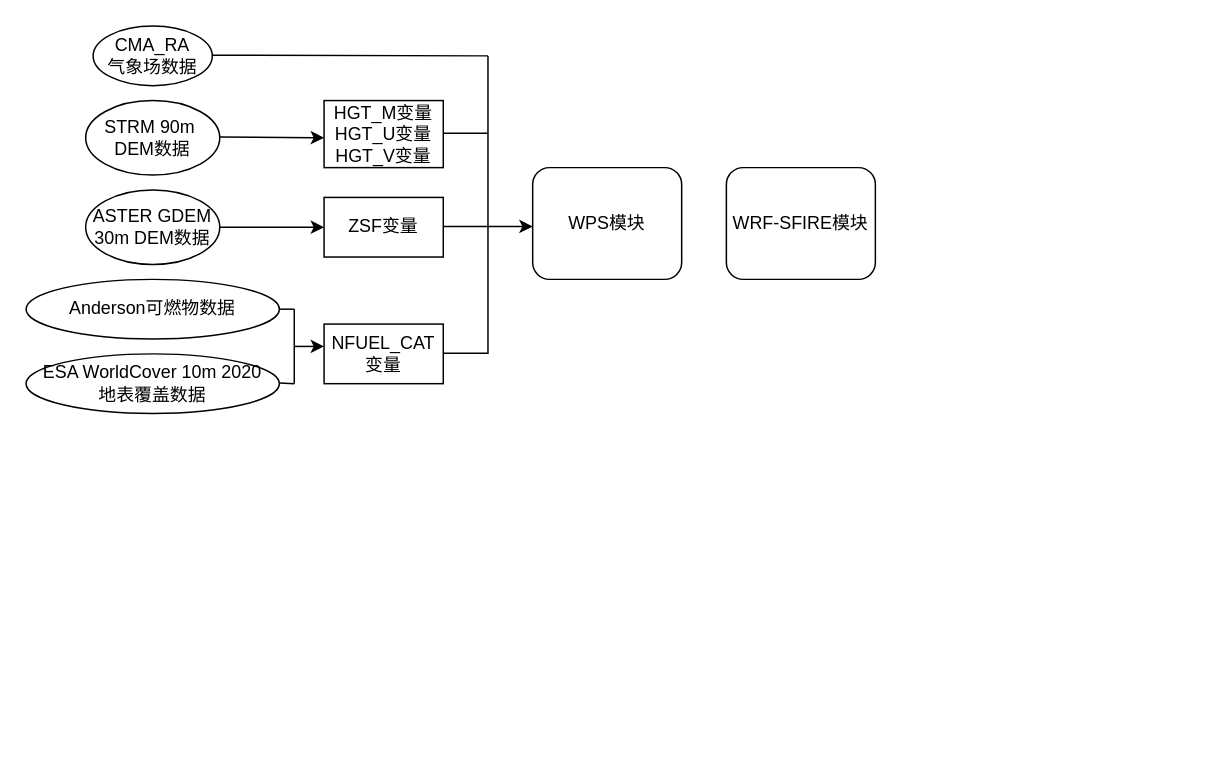
This is 第三章技术路线图.drawio from gaohuanxin/WRF-SFIRE, a draw.io file, before an edit. Source tidied: cells renumbered, new cells numbered last; positions are measured from the earlier drawing's top-left corner, leaving out a move shared by most shapes. Both pictures are drawn from the tidied source at 149%, with x=0, y=0 at pixel (25, 25).
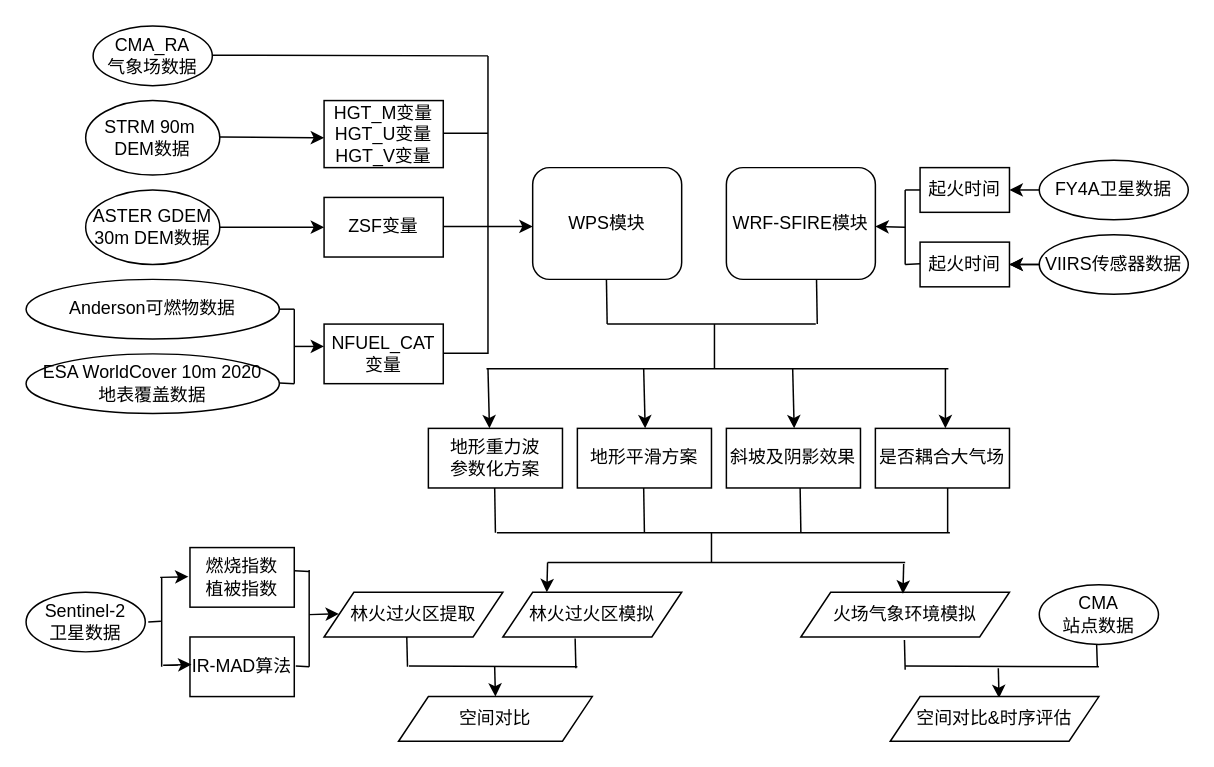
Above is the later version.

Commit message:
更新第三章技术路线图.drawio

What changed in the source:
```diff
@@
+    <mxCell id="24" value="起火时间" style="rounded=0;whiteSpace=wrap;html=1;" parent="1" vertex="1">
+      <mxGeometry x="600" y="95" width="60" height="30" as="geometry" />
+    </mxCell>
+    <mxCell id="25" value="起火时间" style="rounded=0;whiteSpace=wrap;html=1;" parent="1" vertex="1">
+      <mxGeometry x="600" y="145" width="60" height="30" as="geometry" />
+    </mxCell>
+    <mxCell id="26" value="FY4A卫星数据" style="ellipse;whiteSpace=wrap;html=1;" parent="1" vertex="1">
+      <mxGeometry x="680" y="90" width="100" height="40" as="geometry" />
+    </mxCell>
+    <mxCell id="27" style="edgeStyle=orthogonalEdgeStyle;rounded=0;jettySize=auto;html=1;" parent="1" edge="1" source="28" target="25">
+      <mxGeometry relative="1" as="geometry" />
+    </mxCell>
+    <mxCell id="28" value="VIIRS传感器数据" style="ellipse;whiteSpace=wrap;html=1;" parent="1" vertex="1">
+      <mxGeometry x="680" y="140" width="100" height="40" as="geometry" />
+    </mxCell>
+    <mxCell id="29" style="endArrow=classic;html=1;rounded=0;" parent="1" edge="1">
+      <mxGeometry relative="1" as="geometry">
+        <mxPoint x="680" y="110" as="sourcePoint" />
+        <mxPoint x="660" y="110" as="targetPoint" />
+      </mxGeometry>
+    </mxCell>
+    <mxCell id="30" style="endArrow=classic;html=1;rounded=0;" parent="1" edge="1">
+      <mxGeometry relative="1" as="geometry">
+        <mxPoint x="680" y="160" as="sourcePoint" />
+        <mxPoint x="660" y="160" as="targetPoint" />
+      </mxGeometry>
+    </mxCell>
+    <mxCell id="31" style="endArrow=none;html=1;rounded=0;" parent="1" edge="1">
+      <mxGeometry relative="1" as="geometry">
+        <mxPoint x="590" y="110" as="sourcePoint" />
+        <mxPoint x="600" y="110" as="targetPoint" />
+      </mxGeometry>
+    </mxCell>
+    <mxCell id="32" style="endArrow=none;html=1;rounded=0;" parent="1" edge="1">
+      <mxGeometry relative="1" as="geometry">
+        <mxPoint x="590" y="160" as="sourcePoint" />
+        <mxPoint x="600" y="159.5" as="targetPoint" />
+      </mxGeometry>
+    </mxCell>
+    <mxCell id="33" style="endArrow=none;html=1;rounded=0;" parent="1" edge="1">
+      <mxGeometry relative="1" as="geometry">
+        <mxPoint x="590" y="160" as="sourcePoint" />
+        <mxPoint x="590" y="110" as="targetPoint" />
+      </mxGeometry>
+    </mxCell>
+    <mxCell id="34" style="endArrow=classic;html=1;rounded=0;" parent="1" edge="1">
+      <mxGeometry relative="1" as="geometry">
+        <mxPoint x="590" y="135" as="sourcePoint" />
+        <mxPoint x="570" y="134.5" as="targetPoint" />
+      </mxGeometry>
+    </mxCell>
+    <mxCell id="35" style="endArrow=none;html=1;rounded=0;" parent="1" edge="1">
+      <mxGeometry relative="1" as="geometry">
+        <mxPoint x="390" y="200" as="sourcePoint" />
+        <mxPoint x="389.5" y="170" as="targetPoint" />
+      </mxGeometry>
+    </mxCell>
+    <mxCell id="36" style="endArrow=none;html=1;rounded=0;" parent="1" edge="1">
+      <mxGeometry relative="1" as="geometry">
+        <mxPoint x="531" y="200" as="sourcePoint" />
+        <mxPoint x="530.5" y="170" as="targetPoint" />
+      </mxGeometry>
+    </mxCell>
+    <mxCell id="37" style="endArrow=none;html=1;rounded=0;" parent="1" edge="1">
+      <mxGeometry relative="1" as="geometry">
+        <mxPoint x="390" y="200" as="sourcePoint" />
+        <mxPoint x="530" y="200" as="targetPoint" />
+      </mxGeometry>
+    </mxCell>
+    <mxCell id="38" style="endArrow=classic;html=1;rounded=0;" parent="1" edge="1">
+      <mxGeometry relative="1" as="geometry">
+        <mxPoint x="310" y="230" as="sourcePoint" />
+        <mxPoint x="311" y="270" as="targetPoint" />
+      </mxGeometry>
+    </mxCell>
+    <mxCell id="39" value="地形重力波&lt;br&gt;参数化方案" style="rounded=0;whiteSpace=wrap;html=1;" parent="1" vertex="1">
+      <mxGeometry x="270" y="270" width="90" height="40" as="geometry" />
+    </mxCell>
+    <mxCell id="40" style="endArrow=none;html=1;rounded=0;" parent="1" edge="1">
+      <mxGeometry relative="1" as="geometry">
+        <mxPoint x="462" y="230" as="sourcePoint" />
+        <mxPoint x="462" y="200" as="targetPoint" />
+      </mxGeometry>
+    </mxCell>
+    <mxCell id="41" style="endArrow=none;html=1;rounded=0;" parent="1" edge="1">
+      <mxGeometry relative="1" as="geometry">
+        <mxPoint x="309" y="230" as="sourcePoint" />
+        <mxPoint x="619" y="230" as="targetPoint" />
+      </mxGeometry>
+    </mxCell>
+    <mxCell id="42" value="地形平滑方案" style="rounded=0;whiteSpace=wrap;html=1;" parent="1" vertex="1">
+      <mxGeometry x="370" y="270" width="90" height="40" as="geometry" />
+    </mxCell>
+    <mxCell id="43" value="斜坡及阴影效果" style="rounded=0;whiteSpace=wrap;html=1;" parent="1" vertex="1">
+      <mxGeometry x="470" y="270" width="90" height="40" as="geometry" />
+    </mxCell>
+    <mxCell id="44" value="是否耦合大气场" style="rounded=0;whiteSpace=wrap;html=1;" parent="1" vertex="1">
+      <mxGeometry x="570" y="270" width="90" height="40" as="geometry" />
+    </mxCell>
+    <mxCell id="45" style="endArrow=classic;html=1;rounded=0;" parent="1" edge="1">
+      <mxGeometry relative="1" as="geometry">
+        <mxPoint x="617" y="230" as="sourcePoint" />
+        <mxPoint x="617" y="270" as="targetPoint" />
+      </mxGeometry>
+    </mxCell>
+    <mxCell id="46" style="endArrow=classic;html=1;rounded=0;" parent="1" edge="1">
+      <mxGeometry relative="1" as="geometry">
+        <mxPoint x="414.5" y="230" as="sourcePoint" />
+        <mxPoint x="415.5" y="270" as="targetPoint" />
+      </mxGeometry>
+    </mxCell>
+    <mxCell id="47" style="endArrow=classic;html=1;rounded=0;" parent="1" edge="1">
+      <mxGeometry relative="1" as="geometry">
+        <mxPoint x="514.5" y="230" as="sourcePoint" />
+        <mxPoint x="515.5" y="270" as="targetPoint" />
+      </mxGeometry>
+    </mxCell>
+    <mxCell id="48" style="endArrow=none;html=1;rounded=0;" parent="1" edge="1">
+      <mxGeometry relative="1" as="geometry">
+        <mxPoint x="315" y="340" as="sourcePoint" />
+        <mxPoint x="314.5" y="310" as="targetPoint" />
+      </mxGeometry>
+    </mxCell>
+    <mxCell id="49" style="endArrow=none;html=1;rounded=0;" parent="1" edge="1">
+      <mxGeometry relative="1" as="geometry">
+        <mxPoint x="618.5" y="310" as="sourcePoint" />
+        <mxPoint x="618.5" y="340" as="targetPoint" />
+      </mxGeometry>
+    </mxCell>
+    <mxCell id="50" style="endArrow=none;html=1;rounded=0;" parent="1" edge="1">
+      <mxGeometry relative="1" as="geometry">
+        <mxPoint x="316" y="340" as="sourcePoint" />
+        <mxPoint x="620" y="340" as="targetPoint" />
+      </mxGeometry>
+    </mxCell>
+    <mxCell id="51" style="endArrow=none;html=1;rounded=0;" parent="1" edge="1">
+      <mxGeometry relative="1" as="geometry">
+        <mxPoint x="415" y="340" as="sourcePoint" />
+        <mxPoint x="414.5" y="310" as="targetPoint" />
+      </mxGeometry>
+    </mxCell>
+    <mxCell id="52" style="endArrow=none;html=1;rounded=0;" parent="1" edge="1">
+      <mxGeometry relative="1" as="geometry">
+        <mxPoint x="520" y="340" as="sourcePoint" />
+        <mxPoint x="519.5" y="310" as="targetPoint" />
+      </mxGeometry>
+    </mxCell>
+    <mxCell id="53" style="endArrow=classic;html=1;rounded=0;" parent="1" edge="1">
+      <mxGeometry relative="1" as="geometry">
+        <mxPoint x="350" y="360" as="sourcePoint" />
+        <mxPoint x="349.5" y="380" as="targetPoint" />
+      </mxGeometry>
+    </mxCell>
+    <mxCell id="54" value="林火过火区模拟" style="shape=parallelogram;perimeter=parallelogramPerimeter;whiteSpace=wrap;html=1;fixedSize=1;" parent="1" vertex="1">
+      <mxGeometry x="320" y="380" width="120" height="30" as="geometry" />
+    </mxCell>
+    <mxCell id="55" value="火场气象环境模拟" style="shape=parallelogram;perimeter=parallelogramPerimeter;whiteSpace=wrap;html=1;fixedSize=1;" parent="1" vertex="1">
+      <mxGeometry x="520" y="380" width="140" height="30" as="geometry" />
+    </mxCell>
+    <mxCell id="56" style="endArrow=none;html=1;rounded=0;" parent="1" edge="1">
+      <mxGeometry relative="1" as="geometry">
+        <mxPoint x="460" y="360" as="sourcePoint" />
+        <mxPoint x="460" y="340" as="targetPoint" />
+      </mxGeometry>
+    </mxCell>
+    <mxCell id="57" style="endArrow=none;html=1;rounded=0;" parent="1" edge="1">
+      <mxGeometry relative="1" as="geometry">
+        <mxPoint x="350" y="360" as="sourcePoint" />
+        <mxPoint x="590" y="360" as="targetPoint" />
+      </mxGeometry>
+    </mxCell>
+    <mxCell id="58" style="endArrow=classic;html=1;rounded=0;" parent="1" edge="1">
+      <mxGeometry relative="1" as="geometry">
+        <mxPoint x="589" y="361" as="sourcePoint" />
+        <mxPoint x="588.5" y="381" as="targetPoint" />
+      </mxGeometry>
+    </mxCell>
+    <mxCell id="59" value="Sentinel-2&lt;br&gt;卫星数据" style="ellipse;whiteSpace=wrap;html=1;" parent="1" vertex="1">
+      <mxGeometry y="380" width="80" height="40" as="geometry" />
+    </mxCell>
+    <mxCell id="60" value="林火过火区提取" style="shape=parallelogram;perimeter=parallelogramPerimeter;whiteSpace=wrap;html=1;fixedSize=1;" parent="1" vertex="1">
+      <mxGeometry x="200" y="380" width="120" height="30" as="geometry" />
+    </mxCell>
+    <mxCell id="61" value="燃烧指数&lt;br&gt;植被指数" style="rounded=0;whiteSpace=wrap;html=1;" parent="1" vertex="1">
+      <mxGeometry x="110" y="350" width="70" height="40" as="geometry" />
+    </mxCell>
+    <mxCell id="62" value="IR-MAD算法" style="rounded=0;whiteSpace=wrap;html=1;" parent="1" vertex="1">
+      <mxGeometry x="110" y="410" width="70" height="40" as="geometry" />
+    </mxCell>
+    <mxCell id="63" style="endArrow=none;html=1;rounded=0;" parent="1" edge="1">
+      <mxGeometry relative="1" as="geometry">
+        <mxPoint x="82" y="400" as="sourcePoint" />
+        <mxPoint x="90.5" y="399.5" as="targetPoint" />
+      </mxGeometry>
+    </mxCell>
+    <mxCell id="64" style="endArrow=none;html=1;rounded=0;" parent="1" edge="1">
+      <mxGeometry relative="1" as="geometry">
+        <mxPoint x="91" y="430" as="sourcePoint" />
+        <mxPoint x="91" y="370" as="targetPoint" />
+      </mxGeometry>
+    </mxCell>
+    <mxCell id="65" style="endArrow=classic;html=1;rounded=0;" parent="1" edge="1">
+      <mxGeometry relative="1" as="geometry">
+        <mxPoint x="100" y="370" as="sourcePoint" />
+        <mxPoint x="109" y="369.5" as="targetPoint" />
+        <Array as="points">
+          <mxPoint x="90" y="370" />
+        </Array>
+      </mxGeometry>
+    </mxCell>
+    <mxCell id="66" style="endArrow=classic;html=1;rounded=0;" parent="1" edge="1">
+      <mxGeometry relative="1" as="geometry">
+        <mxPoint x="102" y="429" as="sourcePoint" />
+        <mxPoint x="111" y="428.5" as="targetPoint" />
+        <Array as="points">
+          <mxPoint x="92" y="429" />
+        </Array>
+      </mxGeometry>
+    </mxCell>
+    <mxCell id="67" style="endArrow=none;html=1;rounded=0;" parent="1" edge="1">
+      <mxGeometry relative="1" as="geometry">
+        <mxPoint x="190" y="430" as="sourcePoint" />
+        <mxPoint x="190" y="365" as="targetPoint" />
+      </mxGeometry>
+    </mxCell>
+    <mxCell id="68" style="endArrow=classic;html=1;rounded=0;" parent="1" edge="1">
+      <mxGeometry relative="1" as="geometry">
+        <mxPoint x="190" y="395" as="sourcePoint" />
+        <mxPoint x="210" y="394.5" as="targetPoint" />
+      </mxGeometry>
+    </mxCell>
+    <mxCell id="69" style="endArrow=none;html=1;rounded=0;" parent="1" edge="1">
+      <mxGeometry relative="1" as="geometry">
+        <mxPoint x="180" y="365.5" as="sourcePoint" />
+        <mxPoint x="190" y="366" as="targetPoint" />
+      </mxGeometry>
+    </mxCell>
+    <mxCell id="70" style="endArrow=none;html=1;rounded=0;" parent="1" edge="1">
+      <mxGeometry relative="1" as="geometry">
+        <mxPoint x="181" y="429.5" as="sourcePoint" />
+        <mxPoint x="190" y="430" as="targetPoint" />
+      </mxGeometry>
+    </mxCell>
+    <mxCell id="71" value="CMA&lt;br&gt;站点数据" style="ellipse;whiteSpace=wrap;html=1;" parent="1" vertex="1">
+      <mxGeometry x="680" y="375" width="80" height="40" as="geometry" />
+    </mxCell>
+    <mxCell id="72" style="endArrow=none;html=1;rounded=0;" parent="1" edge="1">
+      <mxGeometry relative="1" as="geometry">
+        <mxPoint x="256" y="430" as="sourcePoint" />
+        <mxPoint x="255.5" y="410" as="targetPoint" />
+      </mxGeometry>
+    </mxCell>
+    <mxCell id="73" style="endArrow=none;html=1;rounded=0;" parent="1" edge="1">
+      <mxGeometry relative="1" as="geometry">
+        <mxPoint x="257" y="429.5" as="sourcePoint" />
+        <mxPoint x="370" y="430" as="targetPoint" />
+      </mxGeometry>
+    </mxCell>
+    <mxCell id="74" style="endArrow=none;html=1;rounded=0;" parent="1" edge="1">
+      <mxGeometry relative="1" as="geometry">
+        <mxPoint x="590" y="429.5" as="sourcePoint" />
+        <mxPoint x="720" y="430" as="targetPoint" />
+      </mxGeometry>
+    </mxCell>
+    <mxCell id="75" style="endArrow=none;html=1;rounded=0;" parent="1" edge="1">
+      <mxGeometry relative="1" as="geometry">
+        <mxPoint x="369" y="431" as="sourcePoint" />
+        <mxPoint x="368.5" y="411" as="targetPoint" />
+      </mxGeometry>
+    </mxCell>
+    <mxCell id="76" style="endArrow=none;html=1;rounded=0;" parent="1" edge="1">
+      <mxGeometry relative="1" as="geometry">
+        <mxPoint x="590" y="432" as="sourcePoint" />
+        <mxPoint x="589.5" y="412" as="targetPoint" />
+      </mxGeometry>
+    </mxCell>
+    <mxCell id="77" style="endArrow=none;html=1;rounded=0;" parent="1" edge="1">
+      <mxGeometry relative="1" as="geometry">
+        <mxPoint x="719" y="430" as="sourcePoint" />
+        <mxPoint x="718.5" y="415" as="targetPoint" />
+      </mxGeometry>
+    </mxCell>
+    <mxCell id="78" style="endArrow=classic;html=1;rounded=0;" parent="1" edge="1">
+      <mxGeometry relative="1" as="geometry">
+        <mxPoint x="314.5" y="430" as="sourcePoint" />
+        <mxPoint x="315" y="450" as="targetPoint" />
+      </mxGeometry>
+    </mxCell>
+    <mxCell id="79" style="endArrow=classic;html=1;rounded=0;" parent="1" edge="1">
+      <mxGeometry relative="1" as="geometry">
+        <mxPoint x="652.5" y="431" as="sourcePoint" />
+        <mxPoint x="653" y="451" as="targetPoint" />
+      </mxGeometry>
+    </mxCell>
+    <mxCell id="80" value="空间对比" style="shape=parallelogram;perimeter=parallelogramPerimeter;whiteSpace=wrap;html=1;fixedSize=1;" parent="1" vertex="1">
+      <mxGeometry x="250" y="450" width="130" height="30" as="geometry" />
+    </mxCell>
+    <mxCell id="81" value="空间对比&amp;amp;时序评估" style="shape=parallelogram;perimeter=parallelogramPerimeter;whiteSpace=wrap;html=1;fixedSize=1;" parent="1" vertex="1">
+      <mxGeometry x="580" y="450" width="140" height="30" as="geometry" />
+    </mxCell>
```
